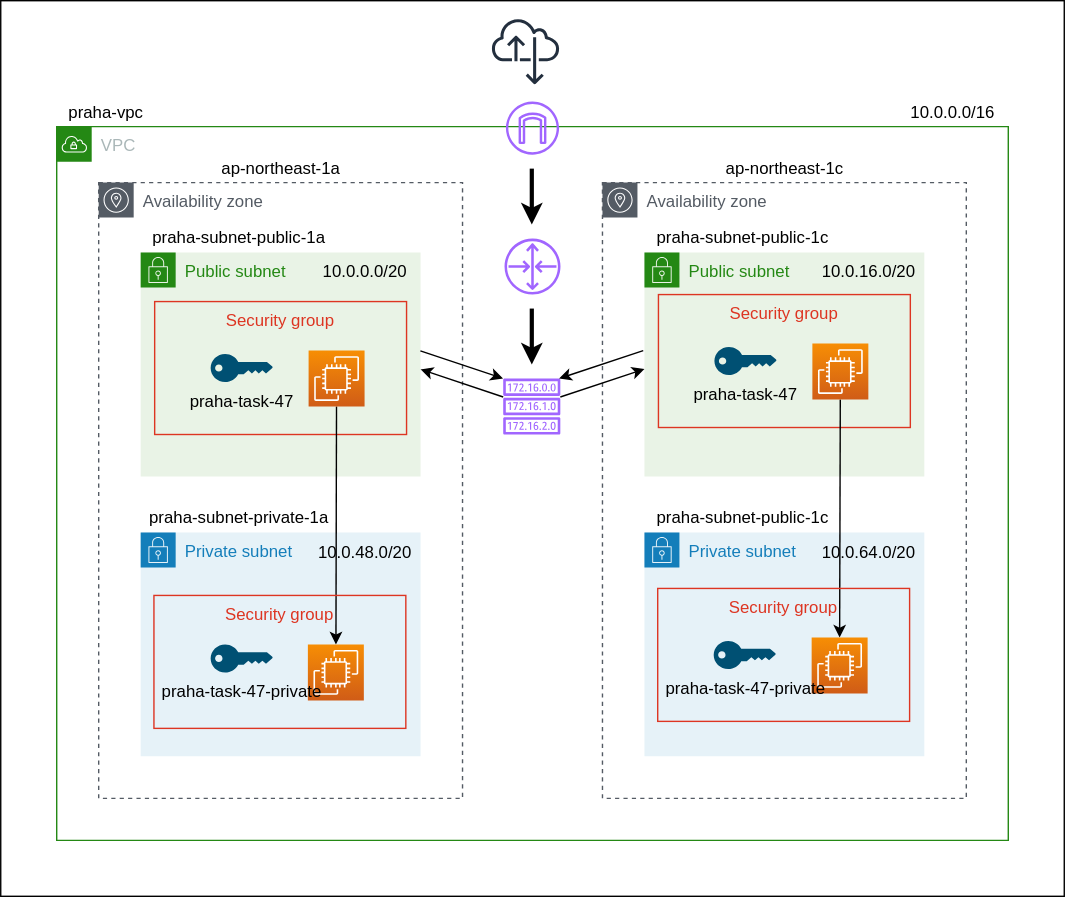
shimopino/praha-challenges keeps this draw.io diagram as cloud_computing/48_Redundancy/task_1/assets/design_private.drawio.svg. Above is the earlier version. Source tidied: cells renumbered, new cells last; positions are measured from the earlier drawing's top-left corner, leaving out a move shared by most shapes. Source of this version:
```xml
<mxGraphModel>
  <root>
    <mxCell id="0" />
    <mxCell id="1" parent="0" />
    <mxCell id="2" style="rounded=0;whiteSpace=wrap;html=1;" parent="1" vertex="1">
      <mxGeometry width="760" height="640" as="geometry" />
    </mxCell>
    <mxCell id="3" value="VPC" style="gradientColor=none;html=1;whiteSpace=wrap;fontSize=12;fontStyle=0;shape=mxgraph.aws4.group;grIcon=mxgraph.aws4.group_vpc;strokeColor=#248814;fillColor=none;verticalAlign=top;align=left;spacingLeft=30;fontColor=#AAB7B8;dashed=0;" parent="1" vertex="1">
      <mxGeometry x="40" y="90" width="680" height="510" as="geometry" />
    </mxCell>
    <mxCell id="4" value="10.0.0.0/16" style="text;html=1;align=center;verticalAlign=middle;strokeColor=none;" parent="1" vertex="1">
      <mxGeometry x="640" y="70" width="80" height="20" as="geometry" />
    </mxCell>
    <mxCell id="5" value="Availability zone" style="gradientColor=none;html=1;whiteSpace=wrap;fontSize=12;fontStyle=0;shape=mxgraph.aws4.group;grIcon=mxgraph.aws4.group_availability_zone;strokeColor=#545B64;fillColor=none;verticalAlign=top;align=left;spacingLeft=30;fontColor=#545B64;dashed=1;" parent="1" vertex="1">
      <mxGeometry x="70" y="130" width="260" height="440" as="geometry" />
    </mxCell>
    <mxCell id="6" value="Availability zone" style="gradientColor=none;html=1;whiteSpace=wrap;fontSize=12;fontStyle=0;shape=mxgraph.aws4.group;grIcon=mxgraph.aws4.group_availability_zone;strokeColor=#545B64;fillColor=none;verticalAlign=top;align=left;spacingLeft=30;fontColor=#545B64;dashed=1;" parent="1" vertex="1">
      <mxGeometry x="430" y="130" width="260" height="440" as="geometry" />
    </mxCell>
    <mxCell id="7" value="ap-northeast-1a" style="text;html=1;align=center;verticalAlign=middle;strokeColor=none;" parent="1" vertex="1">
      <mxGeometry x="150" y="110" width="100" height="20" as="geometry" />
    </mxCell>
    <mxCell id="8" value="ap-northeast-1c" style="text;html=1;align=center;verticalAlign=middle;strokeColor=none;" parent="1" vertex="1">
      <mxGeometry x="510" y="110" width="100" height="20" as="geometry" />
    </mxCell>
    <mxCell id="9" value="Private subnet" style="gradientColor=none;html=1;whiteSpace=wrap;fontSize=12;fontStyle=0;shape=mxgraph.aws4.group;grIcon=mxgraph.aws4.group_security_group;grStroke=0;strokeColor=#147EBA;fillColor=#E6F2F8;verticalAlign=top;align=left;spacingLeft=30;fontColor=#147EBA;dashed=0;" parent="1" vertex="1">
      <mxGeometry x="100" y="380" width="200" height="160" as="geometry" />
    </mxCell>
    <mxCell id="10" value="Public subnet" style="gradientColor=none;html=1;whiteSpace=wrap;fontSize=12;fontStyle=0;shape=mxgraph.aws4.group;grIcon=mxgraph.aws4.group_security_group;grStroke=0;strokeColor=#248814;fillColor=#E9F3E6;verticalAlign=top;align=left;spacingLeft=30;fontColor=#248814;dashed=0;" parent="1" vertex="1">
      <mxGeometry x="100" y="180" width="200" height="160" as="geometry" />
    </mxCell>
    <mxCell id="11" value="Private subnet" style="gradientColor=none;html=1;whiteSpace=wrap;fontSize=12;fontStyle=0;shape=mxgraph.aws4.group;grIcon=mxgraph.aws4.group_security_group;grStroke=0;strokeColor=#147EBA;fillColor=#E6F2F8;verticalAlign=top;align=left;spacingLeft=30;fontColor=#147EBA;dashed=0;" parent="1" vertex="1">
      <mxGeometry x="460" y="380" width="200" height="160" as="geometry" />
    </mxCell>
    <mxCell id="12" value="Public subnet" style="gradientColor=none;html=1;whiteSpace=wrap;fontSize=12;fontStyle=0;shape=mxgraph.aws4.group;grIcon=mxgraph.aws4.group_security_group;grStroke=0;strokeColor=#248814;fillColor=#E9F3E6;verticalAlign=top;align=left;spacingLeft=30;fontColor=#248814;dashed=0;" parent="1" vertex="1">
      <mxGeometry x="460" y="180" width="200" height="160" as="geometry" />
    </mxCell>
    <mxCell id="13" value="praha-vpc" style="text;html=1;align=center;verticalAlign=middle;strokeColor=none;" parent="1" vertex="1">
      <mxGeometry x="40" y="70" width="70" height="20" as="geometry" />
    </mxCell>
    <mxCell id="14" value="praha-subnet-public-1a" style="text;html=1;align=center;verticalAlign=middle;strokeColor=none;" parent="1" vertex="1">
      <mxGeometry x="100" y="160" width="140" height="20" as="geometry" />
    </mxCell>
    <mxCell id="15" value="10.0.0.0/20" style="text;html=1;align=center;verticalAlign=middle;strokeColor=none;" parent="1" vertex="1">
      <mxGeometry x="220" y="184" width="80" height="20" as="geometry" />
    </mxCell>
    <mxCell id="16" value="praha-subnet-public-1c" style="text;html=1;align=center;verticalAlign=middle;strokeColor=none;" parent="1" vertex="1">
      <mxGeometry x="460" y="160" width="140" height="20" as="geometry" />
    </mxCell>
    <mxCell id="17" value="10.0.16.0/20" style="text;html=1;align=center;verticalAlign=middle;strokeColor=none;" parent="1" vertex="1">
      <mxGeometry x="580" y="184" width="80" height="20" as="geometry" />
    </mxCell>
    <mxCell id="18" value="praha-subnet-private-1a" style="text;html=1;align=center;verticalAlign=middle;strokeColor=none;" parent="1" vertex="1">
      <mxGeometry x="100" y="360" width="140" height="20" as="geometry" />
    </mxCell>
    <mxCell id="19" value="10.0.48.0/20" style="text;html=1;align=center;verticalAlign=middle;strokeColor=none;" parent="1" vertex="1">
      <mxGeometry x="220" y="385" width="80" height="20" as="geometry" />
    </mxCell>
    <mxCell id="20" value="praha-subnet-public-1c" style="text;html=1;align=center;verticalAlign=middle;strokeColor=none;" parent="1" vertex="1">
      <mxGeometry x="460" y="360" width="140" height="20" as="geometry" />
    </mxCell>
    <mxCell id="21" value="10.0.64.0/20" style="text;html=1;align=center;verticalAlign=middle;strokeColor=none;" parent="1" vertex="1">
      <mxGeometry x="580" y="385" width="80" height="20" as="geometry" />
    </mxCell>
    <mxCell id="22" style="fontColor=#232F3E;gradientColor=none;fillColor=#A166FF;strokeColor=none;dashed=0;verticalLabelPosition=bottom;verticalAlign=top;align=center;html=1;fontSize=12;fontStyle=0;shape=mxgraph.aws4.internet_gateway;" parent="1" vertex="1">
      <mxGeometry x="361" y="72" width="38" height="38" as="geometry" />
    </mxCell>
    <mxCell id="23" style="fontColor=#232F3E;gradientColor=none;fillColor=#232F3E;strokeColor=none;dashed=0;verticalLabelPosition=bottom;verticalAlign=top;align=center;html=1;fontSize=12;fontStyle=0;shape=mxgraph.aws4.internet_alt22;" parent="1" vertex="1">
      <mxGeometry x="351" y="12" width="48" height="48" as="geometry" />
    </mxCell>
    <mxCell id="24" style="endArrow=classic;html=1;strokeWidth=3;" parent="1" edge="1">
      <mxGeometry relative="1" as="geometry">
        <mxPoint x="379.5" y="120" as="sourcePoint" />
        <mxPoint x="379.5" y="160" as="targetPoint" />
      </mxGeometry>
    </mxCell>
    <mxCell id="25" value="Security group" style="fillColor=none;strokeColor=#DD3522;verticalAlign=top;fontStyle=0;fontColor=#DD3522;" parent="1" vertex="1">
      <mxGeometry x="110" y="215" width="180" height="95" as="geometry" />
    </mxCell>
    <mxCell id="26" style="edgeStyle=none;html=1;" parent="1" edge="1" source="27" target="41">
      <mxGeometry relative="1" as="geometry" />
    </mxCell>
    <mxCell id="27" style="points=[[0,0,0],[0.25,0,0],[0.5,0,0],[0.75,0,0],[1,0,0],[0,1,0],[0.25,1,0],[0.5,1,0],[0.75,1,0],[1,1,0],[0,0.25,0],[0,0.5,0],[0,0.75,0],[1,0.25,0],[1,0.5,0],[1,0.75,0]];outlineConnect=0;fontColor=#232F3E;gradientColor=#F78E04;gradientDirection=north;fillColor=#D05C17;strokeColor=#ffffff;dashed=0;verticalLabelPosition=bottom;verticalAlign=top;align=center;html=1;fontSize=12;fontStyle=0;shape=mxgraph.aws4.resourceIcon;resIcon=mxgraph.aws4.ec2;" parent="1" vertex="1">
      <mxGeometry x="220" y="250" width="40" height="40" as="geometry" />
    </mxCell>
    <mxCell id="28" value="praha-task-47" style="verticalLabelPosition=bottom;html=1;verticalAlign=top;align=center;shape=mxgraph.cisco19.key;fillColor=#005073;strokeColor=none;" parent="1" vertex="1">
      <mxGeometry x="150" y="252.5" width="44.4" height="20" as="geometry" />
    </mxCell>
    <mxCell id="29" value="Security group" style="fillColor=none;strokeColor=#DD3522;verticalAlign=top;fontStyle=0;fontColor=#DD3522;" parent="1" vertex="1">
      <mxGeometry x="470" y="210" width="180" height="95" as="geometry" />
    </mxCell>
    <mxCell id="30" style="edgeStyle=none;html=1;entryX=0.5;entryY=0;entryDx=0;entryDy=0;entryPerimeter=0;" parent="1" edge="1" source="31" target="44">
      <mxGeometry relative="1" as="geometry" />
    </mxCell>
    <mxCell id="31" style="points=[[0,0,0],[0.25,0,0],[0.5,0,0],[0.75,0,0],[1,0,0],[0,1,0],[0.25,1,0],[0.5,1,0],[0.75,1,0],[1,1,0],[0,0.25,0],[0,0.5,0],[0,0.75,0],[1,0.25,0],[1,0.5,0],[1,0.75,0]];outlineConnect=0;fontColor=#232F3E;gradientColor=#F78E04;gradientDirection=north;fillColor=#D05C17;strokeColor=#ffffff;dashed=0;verticalLabelPosition=bottom;verticalAlign=top;align=center;html=1;fontSize=12;fontStyle=0;shape=mxgraph.aws4.resourceIcon;resIcon=mxgraph.aws4.ec2;" parent="1" vertex="1">
      <mxGeometry x="580" y="245" width="40" height="40" as="geometry" />
    </mxCell>
    <mxCell id="32" value="praha-task-47" style="verticalLabelPosition=bottom;html=1;verticalAlign=top;align=center;shape=mxgraph.cisco19.key;fillColor=#005073;strokeColor=none;" parent="1" vertex="1">
      <mxGeometry x="510" y="247.5" width="44.4" height="20" as="geometry" />
    </mxCell>
    <mxCell id="33" style="edgeStyle=none;html=1;" parent="1" edge="1" source="36">
      <mxGeometry relative="1" as="geometry">
        <mxPoint x="300" y="263.4" as="targetPoint" />
      </mxGeometry>
    </mxCell>
    <mxCell id="34" style="edgeStyle=none;html=1;" parent="1" edge="1" source="36">
      <mxGeometry relative="1" as="geometry">
        <mxPoint x="460" y="263.2" as="targetPoint" />
      </mxGeometry>
    </mxCell>
    <mxCell id="35" style="fontColor=#232F3E;gradientColor=none;fillColor=#A166FF;strokeColor=none;dashed=0;verticalLabelPosition=bottom;verticalAlign=top;align=center;html=1;fontSize=12;fontStyle=0;shape=mxgraph.aws4.router;" parent="1" vertex="1">
      <mxGeometry x="360" y="170" width="40" height="40" as="geometry" />
    </mxCell>
    <mxCell id="36" style="outlineConnect=0;fontColor=#232F3E;gradientColor=none;fillColor=#A166FF;strokeColor=none;dashed=0;verticalLabelPosition=bottom;verticalAlign=top;align=center;html=1;fontSize=12;fontStyle=0;shape=mxgraph.aws4.route_table;" parent="1" vertex="1">
      <mxGeometry x="358.9" y="270" width="41" height="40" as="geometry" />
    </mxCell>
    <mxCell id="37" style="endArrow=classic;html=1;strokeWidth=3;" parent="1" edge="1">
      <mxGeometry relative="1" as="geometry">
        <mxPoint x="379.5" y="220" as="sourcePoint" />
        <mxPoint x="379.5" y="260" as="targetPoint" />
      </mxGeometry>
    </mxCell>
    <mxCell id="38" style="edgeStyle=none;html=1;" parent="1" edge="1">
      <mxGeometry relative="1" as="geometry">
        <mxPoint x="459.1" y="250" as="sourcePoint" />
        <mxPoint x="399" y="270" as="targetPoint" />
      </mxGeometry>
    </mxCell>
    <mxCell id="39" style="edgeStyle=none;html=1;" parent="1" edge="1">
      <mxGeometry relative="1" as="geometry">
        <mxPoint x="299.9" y="250.3" as="sourcePoint" />
        <mxPoint x="358.9" y="270" as="targetPoint" />
      </mxGeometry>
    </mxCell>
    <mxCell id="40" value="Security group" style="fillColor=none;strokeColor=#DD3522;verticalAlign=top;fontStyle=0;fontColor=#DD3522;" parent="1" vertex="1">
      <mxGeometry x="109.5" y="425" width="180" height="95" as="geometry" />
    </mxCell>
    <mxCell id="41" style="points=[[0,0,0],[0.25,0,0],[0.5,0,0],[0.75,0,0],[1,0,0],[0,1,0],[0.25,1,0],[0.5,1,0],[0.75,1,0],[1,1,0],[0,0.25,0],[0,0.5,0],[0,0.75,0],[1,0.25,0],[1,0.5,0],[1,0.75,0]];outlineConnect=0;fontColor=#232F3E;gradientColor=#F78E04;gradientDirection=north;fillColor=#D05C17;strokeColor=#ffffff;dashed=0;verticalLabelPosition=bottom;verticalAlign=top;align=center;html=1;fontSize=12;fontStyle=0;shape=mxgraph.aws4.resourceIcon;resIcon=mxgraph.aws4.ec2;" parent="1" vertex="1">
      <mxGeometry x="219.5" y="460" width="40" height="40" as="geometry" />
    </mxCell>
    <mxCell id="42" value="praha-task-47-private" style="verticalLabelPosition=bottom;html=1;verticalAlign=top;align=center;shape=mxgraph.cisco19.key;fillColor=#005073;strokeColor=none;" parent="1" vertex="1">
      <mxGeometry x="150" y="460" width="44.4" height="20" as="geometry" />
    </mxCell>
    <mxCell id="43" value="Security group" style="fillColor=none;strokeColor=#DD3522;verticalAlign=top;fontStyle=0;fontColor=#DD3522;" parent="1" vertex="1">
      <mxGeometry x="469.5" y="420" width="180" height="95" as="geometry" />
    </mxCell>
    <mxCell id="44" style="points=[[0,0,0],[0.25,0,0],[0.5,0,0],[0.75,0,0],[1,0,0],[0,1,0],[0.25,1,0],[0.5,1,0],[0.75,1,0],[1,1,0],[0,0.25,0],[0,0.5,0],[0,0.75,0],[1,0.25,0],[1,0.5,0],[1,0.75,0]];outlineConnect=0;fontColor=#232F3E;gradientColor=#F78E04;gradientDirection=north;fillColor=#D05C17;strokeColor=#ffffff;dashed=0;verticalLabelPosition=bottom;verticalAlign=top;align=center;html=1;fontSize=12;fontStyle=0;shape=mxgraph.aws4.resourceIcon;resIcon=mxgraph.aws4.ec2;" parent="1" vertex="1">
      <mxGeometry x="579.5" y="455" width="40" height="40" as="geometry" />
    </mxCell>
    <mxCell id="45" value="praha-task-47-private" style="verticalLabelPosition=bottom;html=1;verticalAlign=top;align=center;shape=mxgraph.cisco19.key;fillColor=#005073;strokeColor=none;" parent="1" vertex="1">
      <mxGeometry x="509.5" y="457.5" width="44.4" height="20" as="geometry" />
    </mxCell>
  </root>
</mxGraphModel>
```
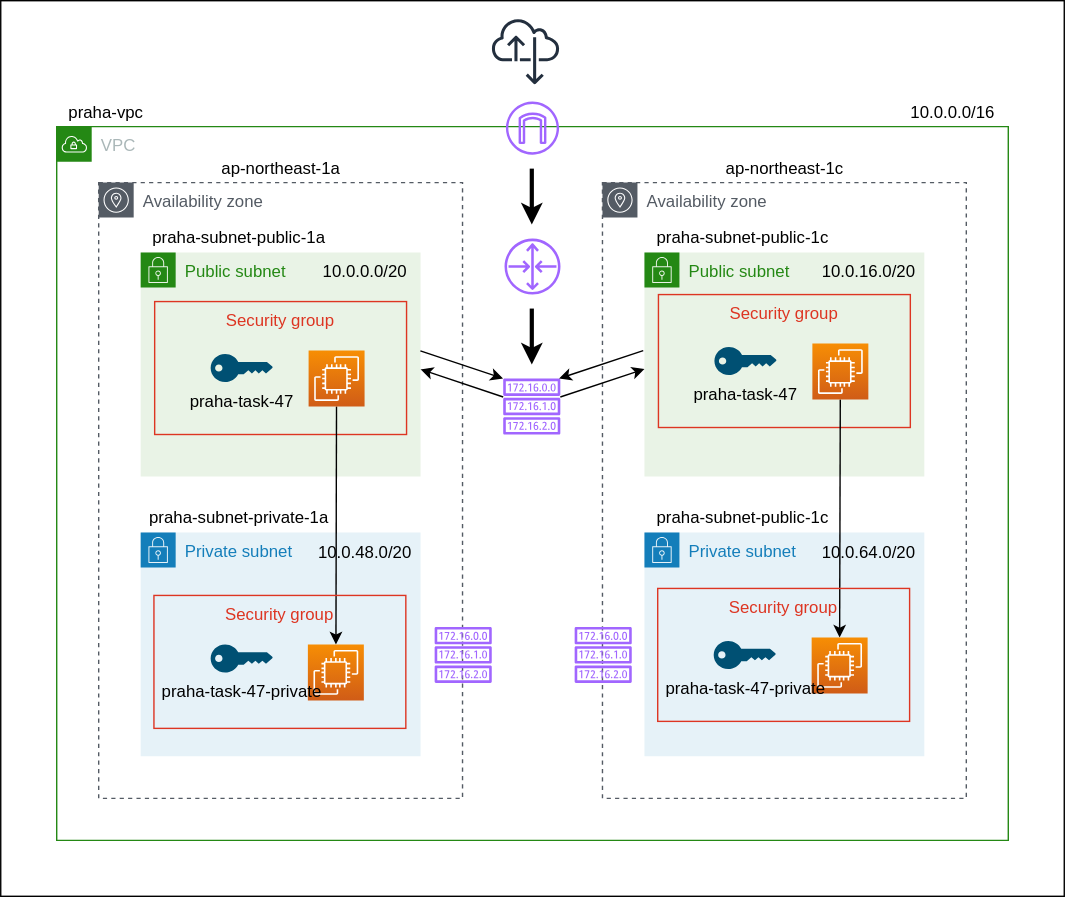
Above is the later version.

Commit message:
docs: ルートテーブルが漏れていたので追加 #133

Diff of the diagram source:
```diff
@@ -150,5 +150,11 @@
     <mxCell id="45" value="praha-task-47-private" style="verticalLabelPosition=bottom;html=1;verticalAlign=top;align=center;shape=mxgraph.cisco19.key;fillColor=#005073;strokeColor=none;" parent="1" vertex="1">
       <mxGeometry x="509.5" y="457.5" width="44.4" height="20" as="geometry" />
     </mxCell>
+    <mxCell id="46" style="fontColor=#232F3E;gradientColor=none;fillColor=#A166FF;strokeColor=none;dashed=0;verticalLabelPosition=bottom;verticalAlign=top;align=center;html=1;fontSize=12;fontStyle=0;shape=mxgraph.aws4.route_table;" parent="1" vertex="1">
+      <mxGeometry x="309.9" y="447.5" width="41" height="40" as="geometry" />
+    </mxCell>
+    <mxCell id="47" style="fontColor=#232F3E;gradientColor=none;fillColor=#A166FF;strokeColor=none;dashed=0;verticalLabelPosition=bottom;verticalAlign=top;align=center;html=1;fontSize=12;fontStyle=0;shape=mxgraph.aws4.route_table;" parent="1" vertex="1">
+      <mxGeometry x="410" y="447.5" width="41" height="40" as="geometry" />
+    </mxCell>
   </root>
 </mxGraphModel>
```
